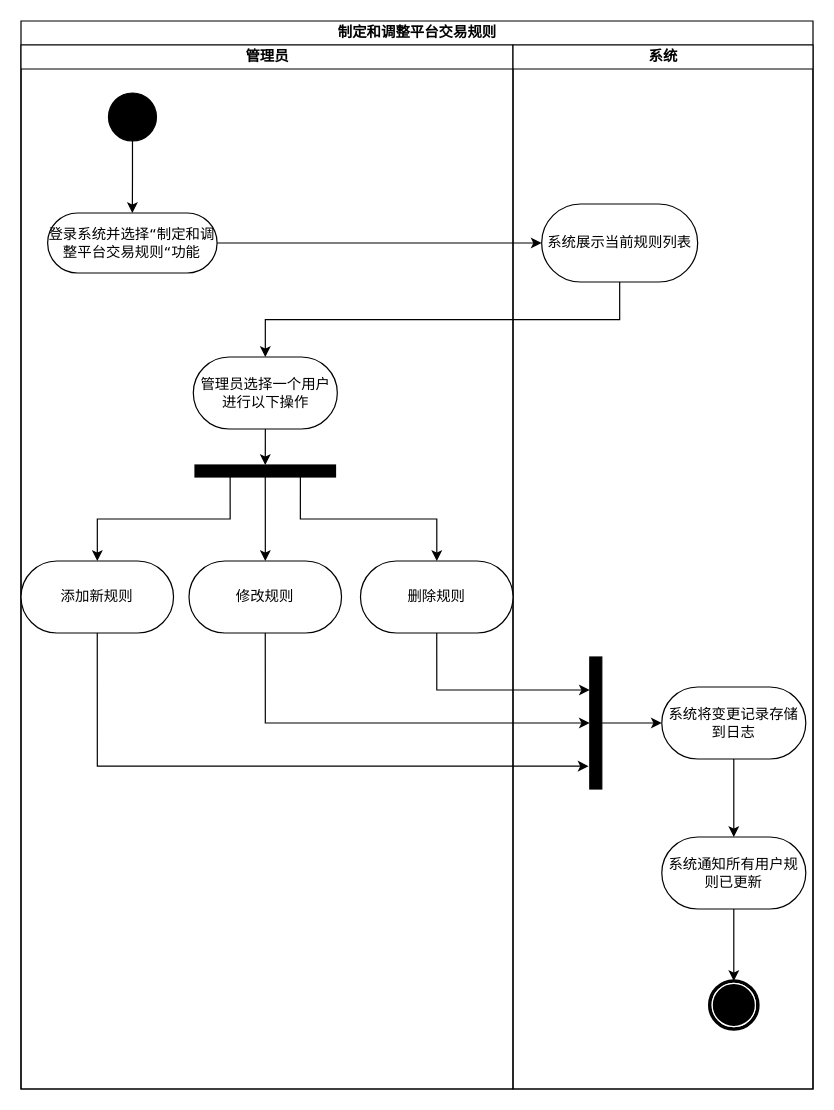
Above: page "功能建模" (1 of 2) of 文档/需求分析规约文档/三种建模/07制定和调整平台交易规则用例建模.drawio in w1ntercube/TJ-SE-Design (draw.io), before the change. Source tidied: cells renumbered, new cells numbered last; positions are measured from the earlier drawing's top-left corner, leaving out a move shared by most shapes. Both pictures are drawn from the tidied source at 120%, with x=0, y=0 at pixel (20, 20).
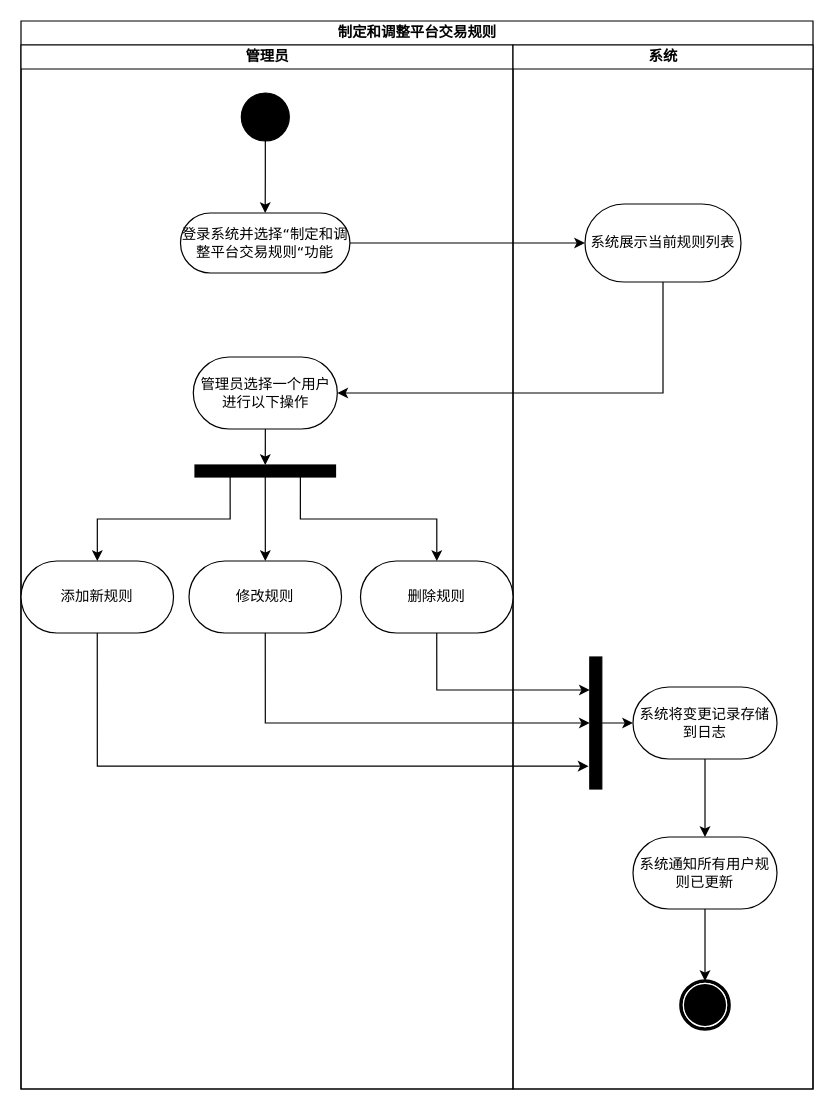
The same diagram, later.

The change refers to these unchanged cells:
```xml
<mxCell id="3" value="管理员" style="swimlane;html=1;startSize=20;" parent="2" vertex="1">
  <mxGeometry y="20" width="410" height="870" as="geometry" />
</mxCell>
<mxCell id="7" value="系统" style="swimlane;html=1;startSize=20;" parent="3" vertex="1">
  <mxGeometry x="410" width="250" height="870" as="geometry" />
</mxCell>
<mxCell id="15" value="管理员选择一个用户进行以下操作" style="whiteSpace=wrap;html=1;fontFamily=Verdana;rounded=1;shadow=0;comic=0;labelBackgroundColor=none;strokeWidth=1;arcSize=50;" parent="3" vertex="1">
  <mxGeometry x="143.6" y="260" width="120" height="60" as="geometry" />
</mxCell>
```

What changed in the source:
```diff
@@
     <mxCell id="4" value="登录系统并选择“制定和调整平台交易规则“功能" style="rounded=1;whiteSpace=wrap;html=1;shadow=0;comic=0;labelBackgroundColor=none;strokeWidth=1;fontFamily=Verdana;fontSize=12;align=center;arcSize=50;" parent="3" vertex="1">
-      <mxGeometry x="22.2" y="140" width="141.2" height="50" as="geometry" />
+      <mxGeometry x="132.9" y="140" width="141.2" height="50" as="geometry" />
     </mxCell>
@@
     <mxCell id="6" style="ellipse;whiteSpace=wrap;html=1;rounded=0;shadow=0;comic=0;labelBackgroundColor=none;strokeWidth=1;fillColor=#000000;fontFamily=Verdana;fontSize=12;align=center;" parent="3" vertex="1">
-      <mxGeometry x="72.9" y="40" width="40" height="40" as="geometry" />
+      <mxGeometry x="183.6" y="40" width="40" height="40" as="geometry" />
     </mxCell>
@@
     <mxCell id="10" value="系统将变更记录存储到日志" style="whiteSpace=wrap;html=1;fontFamily=Verdana;rounded=1;shadow=0;comic=0;labelBackgroundColor=none;strokeWidth=1;arcSize=50;" parent="7" vertex="1">
-      <mxGeometry x="124" y="535" width="120" height="60" as="geometry" />
+      <mxGeometry x="100" y="535" width="120" height="60" as="geometry" />
     </mxCell>
     <mxCell id="11" value="系统通知所有用户规则已更新" style="whiteSpace=wrap;html=1;fontFamily=Verdana;rounded=1;shadow=0;comic=0;labelBackgroundColor=none;strokeWidth=1;arcSize=50;" parent="7" vertex="1">
-      <mxGeometry x="124" y="660" width="120" height="60" as="geometry" />
+      <mxGeometry x="100" y="660" width="120" height="60" as="geometry" />
     </mxCell>
@@
     <mxCell id="13" style="shape=mxgraph.bpmn.shape;html=1;verticalLabelPosition=bottom;labelBackgroundColor=#ffffff;verticalAlign=top;perimeter=ellipsePerimeter;outline=end;symbol=terminate;rounded=0;shadow=0;comic=0;strokeWidth=1;fontFamily=Verdana;fontSize=12;align=center;" parent="7" vertex="1">
-      <mxGeometry x="164" y="780" width="40" height="40" as="geometry" />
+      <mxGeometry x="140" y="780" width="40" height="40" as="geometry" />
     </mxCell>
@@
+    <mxCell id="27" value="系统展示当前规则列表" style="whiteSpace=wrap;html=1;fontFamily=Verdana;rounded=1;shadow=0;comic=0;labelBackgroundColor=none;strokeWidth=1;arcSize=50;" parent="7" vertex="1">
+      <mxGeometry x="60" y="132.5" width="130" height="65" as="geometry" />
+    </mxCell>
@@
-    <mxCell id="27" value="系统展示当前规则列表" style="whiteSpace=wrap;html=1;fontFamily=Verdana;rounded=1;shadow=0;comic=0;labelBackgroundColor=none;strokeWidth=1;arcSize=50;" parent="1" vertex="1">
-      <mxGeometry x="433.9" y="152.5" width="130" height="65" as="geometry" />
-    </mxCell>
-    <mxCell id="28" style="edgeStyle=orthogonalEdgeStyle;rounded=0;jettySize=auto;html=1;" parent="1" edge="1" source="4" target="27">
+    <mxCell id="28" style="edgeStyle=orthogonalEdgeStyle;rounded=0;jettySize=auto;html=1;" parent="3" edge="1" source="4" target="27">
       <mxGeometry relative="1" as="geometry" />
     </mxCell>
-    <mxCell id="29" style="edgeStyle=orthogonalEdgeStyle;rounded=0;jettySize=auto;html=1;exitX=0.5;exitY=1;exitDx=0;exitDy=0;" parent="1" edge="1" source="27" target="15">
-      <mxGeometry relative="1" as="geometry" />
+    <mxCell id="29" style="edgeStyle=orthogonalEdgeStyle;rounded=0;jettySize=auto;html=1;exitX=0.5;exitY=1;exitDx=0;exitDy=0;" parent="3" edge="1" source="27" target="15">
+      <mxGeometry relative="1" as="geometry">
+        <Array as="points">
+          <mxPoint x="535" y="290" />
+        </Array>
+      </mxGeometry>
     </mxCell>
```
